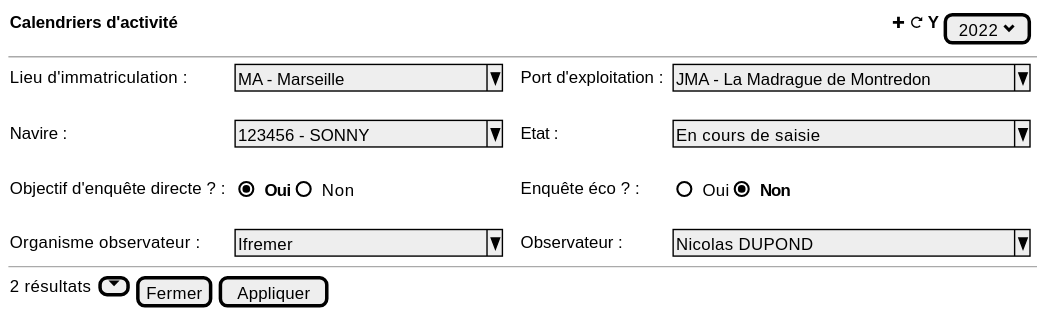
The PlantUML diagram projects/activity-calendar/spe/images/activity-calendar-table-filters.svg in sumaris-net/sumaris-doc, before a commit.
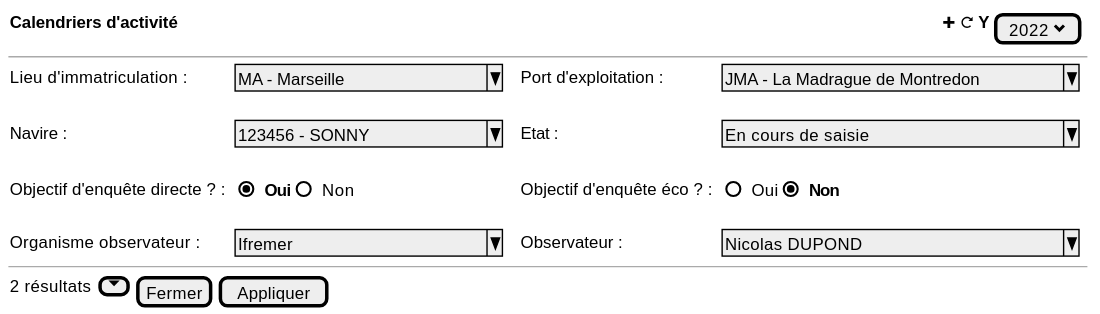
After the change.

Commit message:
[enh] Actiflot : update with 20/08/2024 meeting

What changed in the source:
```diff
@@ -1,7 +1,7 @@
 @startsalt
 {
 
-  {<b>Calendriers d'activité                                                                                                                                                                          <&plus> <&reload> Y {[2022 <&chevron-bottom>]}}
+  {<b>Calendriers d'activité                                                                                                                                                                                      <&plus> <&reload> Y {[2022 <&chevron-bottom>]}}
    --
 
     {
@@ -9,7 +9,7 @@
         .
         Navire : | . | ^ 123456 - SONNY       ^ | . | . | Etat : | . | ^En cours de saisie            ^
         .
-        Objectif d'enquête directe ? :   | . |{ (X) <b>Oui | () Non}|  . | . | Enquête éco ? :   | . | { () Oui | (X) <b>Non}
+        Objectif d'enquête directe ? :   | . |{ (X) <b>Oui | () Non}|  . | . | Objectif d'enquête éco ? :   | . | { () Oui | (X) <b>Non}
         .
         Organisme observateur :   | . |^ Ifremer              ^ |  . | . | Observateur :   | . | ^ Nicolas DUPOND               ^
 
```
